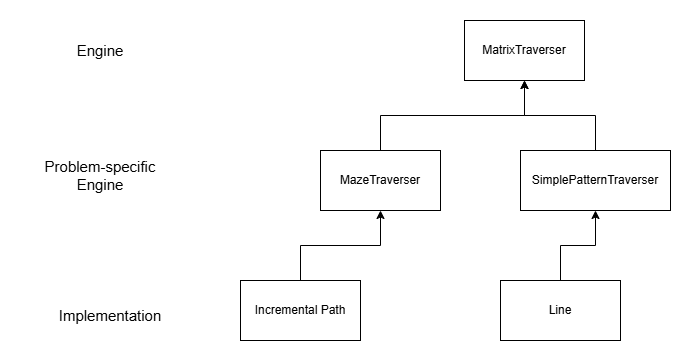
This is assets/object_hierarchy.png from tave8/matrix-traverser-python, a draw.io export, as it was before one commit. Source tidied: cells renumbered, new cells last; positions are measured from the earlier drawing's top-left corner, leaving out a move shared by most shapes.
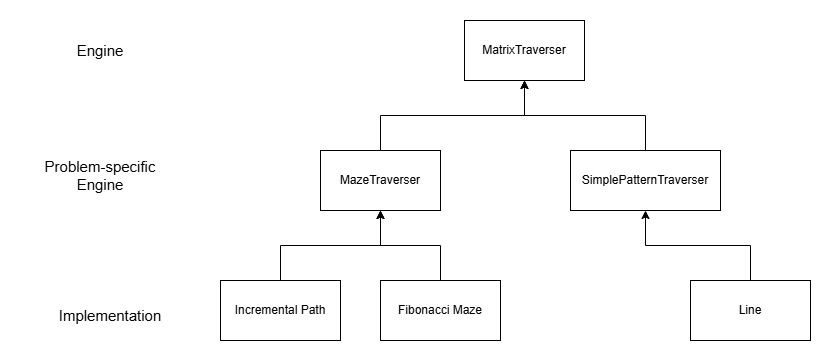
The same diagram one commit later.

What changed in the source:
```diff
@@ -15,7 +15,7 @@
       <mxGeometry relative="1" as="geometry" />
     </mxCell>
     <mxCell id="6" value="Incremental Path" style="rounded=0;whiteSpace=wrap;html=1;" parent="1" vertex="1">
-      <mxGeometry x="220" y="260" width="120" height="60" as="geometry" />
+      <mxGeometry x="200" y="260" width="120" height="60" as="geometry" />
     </mxCell>
     <mxCell id="7" value="Engine" style="text;html=1;whiteSpace=wrap;strokeColor=none;fillColor=none;align=center;verticalAlign=middle;rounded=0;fontSize=15;" parent="1" vertex="1">
       <mxGeometry x="50" y="15" width="60" height="30" as="geometry" />
@@ -30,13 +30,19 @@
       <mxGeometry relative="1" as="geometry" />
     </mxCell>
     <mxCell id="11" value="SimplePatternTraverser" style="rounded=0;whiteSpace=wrap;html=1;" parent="1" vertex="1">
-      <mxGeometry x="500" y="130" width="150" height="60" as="geometry" />
+      <mxGeometry x="550" y="130" width="150" height="60" as="geometry" />
     </mxCell>
     <mxCell id="12" style="edgeStyle=orthogonalEdgeStyle;rounded=0;jettySize=auto;html=1;entryX=0.5;entryY=1;entryDx=0;entryDy=0;" parent="1" edge="1" source="13" target="11">
       <mxGeometry relative="1" as="geometry" />
     </mxCell>
     <mxCell id="13" value="Line" style="rounded=0;whiteSpace=wrap;html=1;" parent="1" vertex="1">
-      <mxGeometry x="480" y="260" width="120" height="60" as="geometry" />
+      <mxGeometry x="670" y="260" width="120" height="60" as="geometry" />
     </mxCell>
+    <mxCell id="14" style="edgeStyle=orthogonalEdgeStyle;rounded=0;jettySize=auto;html=1;entryX=0.5;entryY=1;entryDx=0;entryDy=0;" parent="1" edge="1" source="15" target="4">
+      <mxGeometry relative="1" as="geometry" />
+    </mxCell>
+    <mxCell id="15" value="Fibonacci Maze" style="rounded=0;whiteSpace=wrap;html=1;" parent="1" vertex="1">
+      <mxGeometry x="360" y="260" width="120" height="60" as="geometry" />
+    </mxCell>
   </root>
 </mxGraphModel>
```
